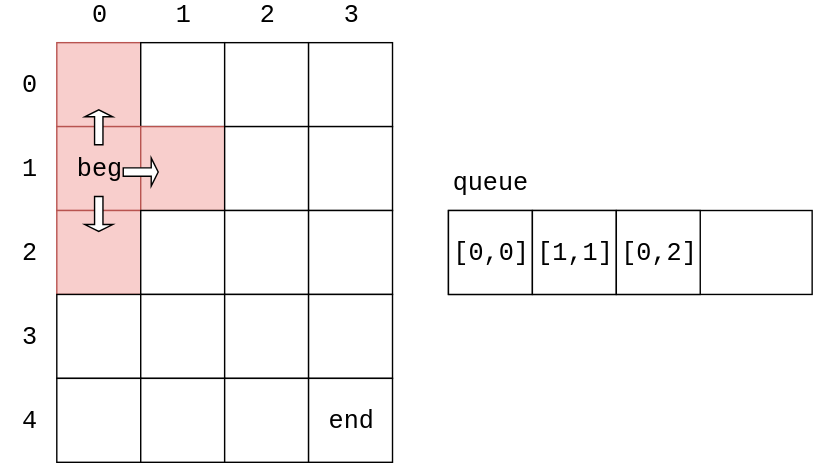
This is docs/Search/res/BreadthFirstSearch2.svg from linrongbin16/way-to-algorithm, a draw.io export, as it was before one commit. Source tidied: cells renumbered, new cells last; positions are measured from the earlier drawing's top-left corner, leaving out a move shared by most shapes.
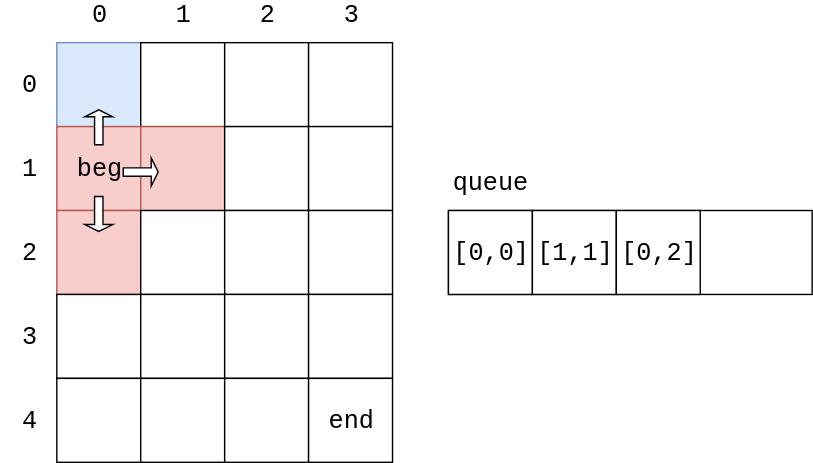
Above is the later version.

The edit, as a diff of the source:
```diff
@@ -2,7 +2,7 @@
   <root>
     <mxCell id="0" />
     <mxCell id="1" parent="0" />
-    <mxCell id="2" style="rounded=0;whiteSpace=wrap;html=1;fontFamily=Courier New;fontSize=18;fillColor=#f8cecc;strokeColor=#b85450;" parent="1" vertex="1">
+    <mxCell id="2" style="rounded=0;whiteSpace=wrap;html=1;fontFamily=Courier New;fontSize=18;fillColor=#dae8fc;strokeColor=#6c8ebf;" parent="1" vertex="1">
       <mxGeometry x="40" y="30" width="60" height="60" as="geometry" />
     </mxCell>
     <mxCell id="3" style="rounded=0;whiteSpace=wrap;html=1;fontFamily=Courier New;fontSize=18;" parent="1" vertex="1">
```
